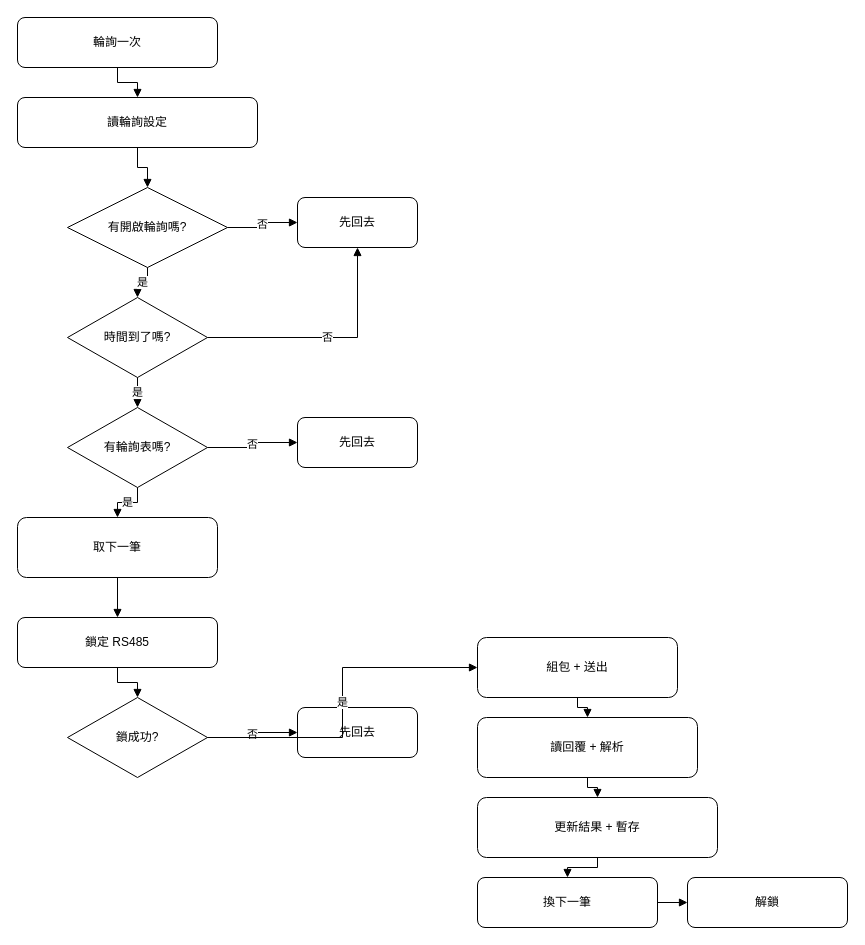
Sherman-Chung/Pico_WiFitoRS keeps this draw.io diagram as poller_flow.drawio. Above is the earlier version. Source tidied: cells renumbered, new cells numbered last; positions are measured from the earlier drawing's top-left corner, leaving out a move shared by most shapes. Both pictures are drawn from the tidied source at 100%, with x=0, y=0 at pixel (17, 17).
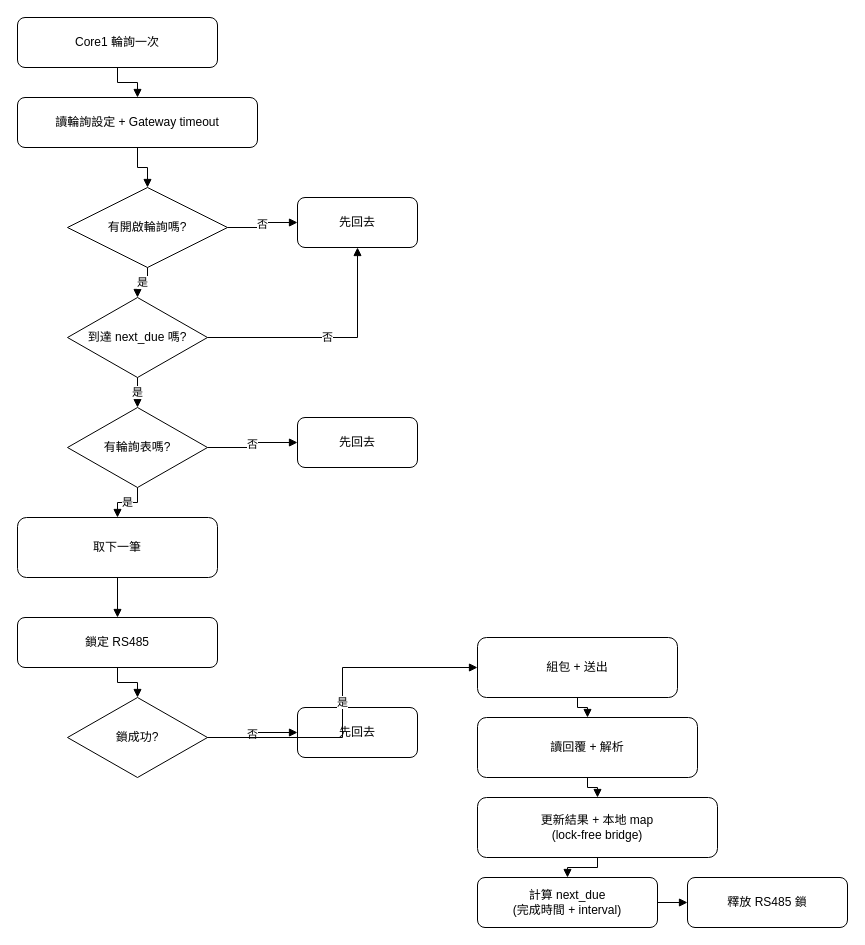
Above is the later version.

Commit message (it also covers changes not shown here):
Refactor Modbus Gateway and Poller Implementation

The edit, as a diff of the source:
```diff
@@
-    <mxCell id="2" value="輪詢一次" style="rounded=1;whiteSpace=wrap;html=1;" parent="1" vertex="1">
+    <mxCell id="2" value="Core1 輪詢一次" style="rounded=1;whiteSpace=wrap;html=1;" parent="1" vertex="1">
       <mxGeometry width="200" height="50" as="geometry" />
     </mxCell>
-    <mxCell id="3" value="讀輪詢設定" style="rounded=1;whiteSpace=wrap;html=1;" parent="1" vertex="1">
+    <mxCell id="3" value="讀輪詢設定 + Gateway timeout" style="rounded=1;whiteSpace=wrap;html=1;" parent="1" vertex="1">
       <mxGeometry y="80" width="240" height="50" as="geometry" />
     </mxCell>
@@
-    <mxCell id="6" value="時間到了嗎?" style="rhombus;whiteSpace=wrap;html=1;" parent="1" vertex="1">
+    <mxCell id="6" value="到達 next_due 嗎?" style="rhombus;whiteSpace=wrap;html=1;" parent="1" vertex="1">
       <mxGeometry x="50" y="280" width="140" height="80" as="geometry" />
     </mxCell>
@@
-    <mxCell id="15" value="更新結果 + 暫存" style="rounded=1;whiteSpace=wrap;html=1;" parent="1" vertex="1">
+    <mxCell id="15" value="更新結果 + 本地 map&#10;(lock-free bridge)" style="rounded=1;whiteSpace=wrap;html=1;" parent="1" vertex="1">
       <mxGeometry x="460" y="780" width="240" height="60" as="geometry" />
     </mxCell>
-    <mxCell id="16" value="換下一筆" style="rounded=1;whiteSpace=wrap;html=1;" parent="1" vertex="1">
+    <mxCell id="16" value="計算 next_due&#10;(完成時間 + interval)" style="rounded=1;whiteSpace=wrap;html=1;" parent="1" vertex="1">
       <mxGeometry x="460" y="860" width="180" height="50" as="geometry" />
     </mxCell>
-    <mxCell id="17" value="解鎖" style="rounded=1;whiteSpace=wrap;html=1;" parent="1" vertex="1">
+    <mxCell id="17" value="釋放 RS485 鎖" style="rounded=1;whiteSpace=wrap;html=1;" parent="1" vertex="1">
       <mxGeometry x="670" y="860" width="160" height="50" as="geometry" />
     </mxCell>
```
